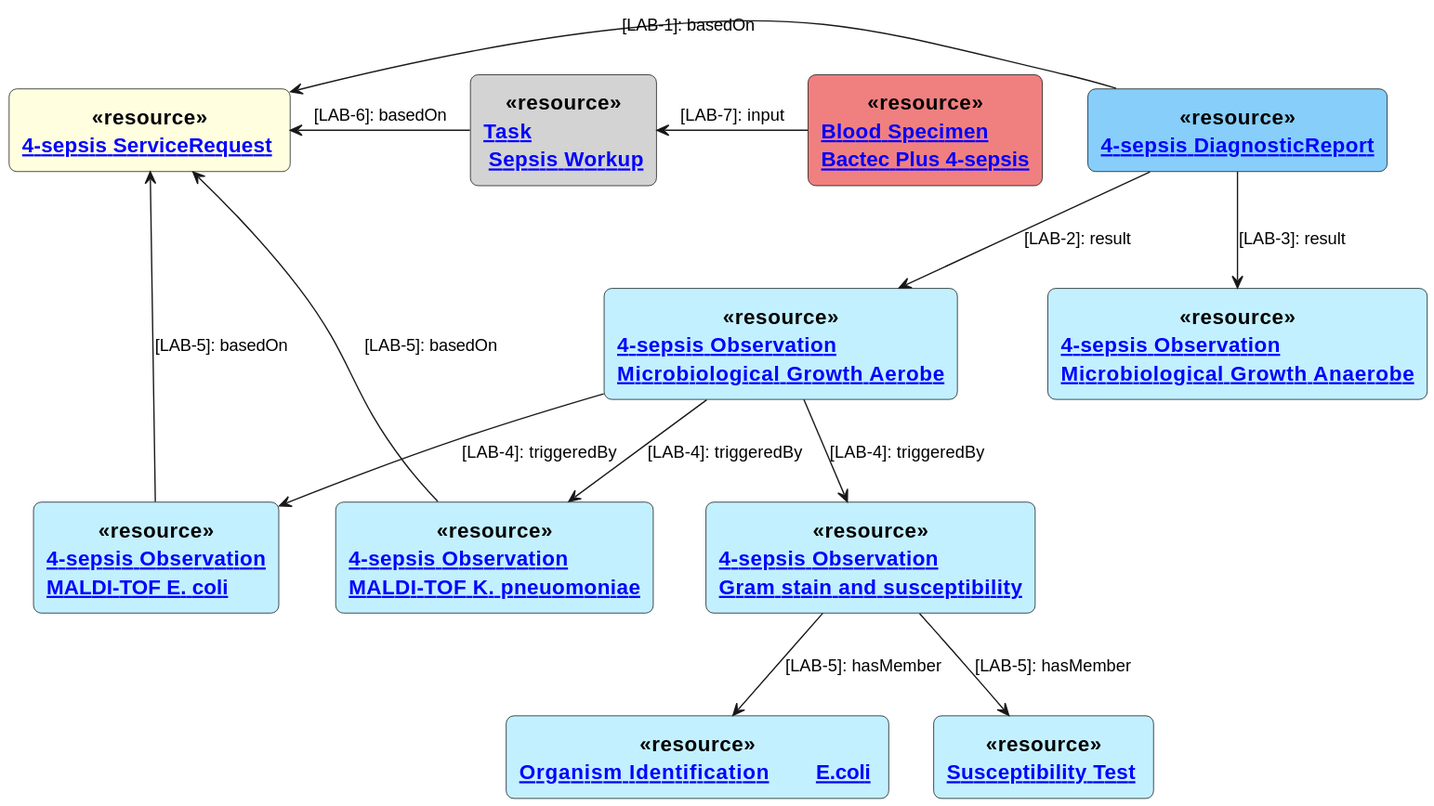
This is input/images/4-sepsis-additional-testing.svg from hl7ch/ch-lab-order, a PlantUML export, as it was before one commit.
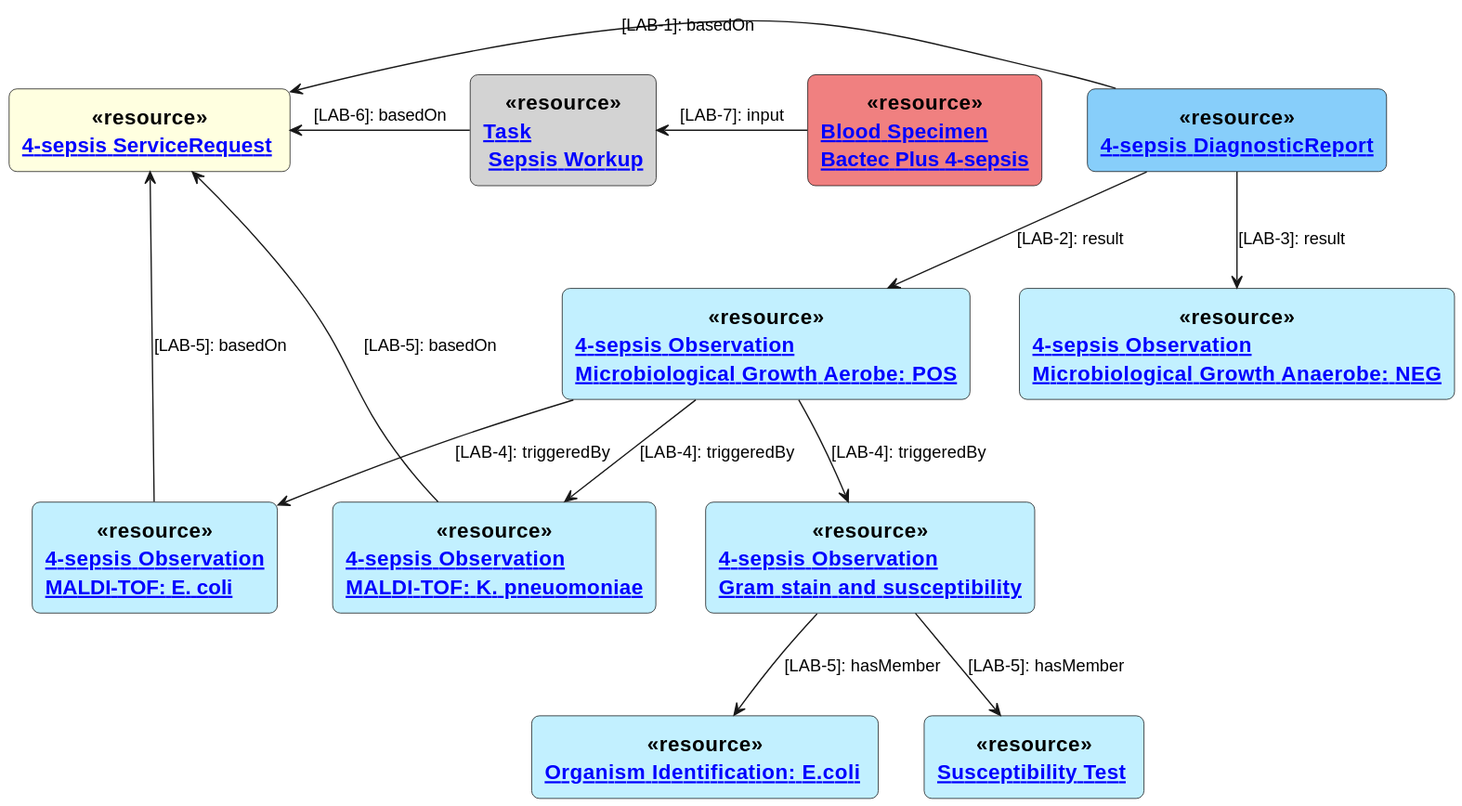
After the change.

Commit message:
improve diagram 4-sepis

Diff of the diagram source:
```diff
@@ -11,12 +11,12 @@
 
 rectangle "[[ServiceRequest-4-sepsis-ServiceRequest.html 4-sepsis ServiceRequest]] " as SR <<$bProcess>><<resource>> #LightYellow
 rectangle "[[DiagnosticReport-4-sepsis-DiagnosticReport.html 4-sepsis DiagnosticReport]]" as DR <<$bProcess>><<resource>> #LightSkyBlue
-rectangle "[[Observation-observationMicrobiolGrowthAerobe.html 4-sepsis Observation\nMicrobiological Growth Aerobe]]" as OMA <<$bProcess>><<resource>> #APPLICATION
-rectangle "[[Observation-observationMicrobiolGrowthAnaerobe.html 4-sepsis Observation\nMicrobiological Growth Anaerobe]]" as OMANA <<$bProcess>><<resource>> #APPLICATION
-rectangle "[[Observation-observationMALDI-TOF-Ecoli.html 4-sepsis Observation\nMALDI-TOF E. coli]]" as OMTE <<$bProcess>><<resource>> #APPLICATION
-rectangle "[[Observation-observationMALDI-TOF-Kpneu.html 4-sepsis Observation\nMALDI-TOF K. pneuomoniae]]" as OMTK <<$bProcess>><<resource>> #APPLICATION
+rectangle "[[Observation-observationMicrobiolGrowthAerobe.html 4-sepsis Observation\nMicrobiological Growth Aerobe: POS]]" as OMA <<$bProcess>><<resource>> #APPLICATION
+rectangle "[[Observation-observationMicrobiolGrowthAnaerobe.html 4-sepsis Observation\nMicrobiological Growth Anaerobe: NEG]]" as OMANA <<$bProcess>><<resource>> #APPLICATION
+rectangle "[[Observation-observationMALDI-TOF-Ecoli.html 4-sepsis Observation\nMALDI-TOF: E. coli]]" as OMTE <<$bProcess>><<resource>> #APPLICATION
+rectangle "[[Observation-observationMALDI-TOF-Kpneu.html 4-sepsis Observation\nMALDI-TOF: K. pneuomoniae]]" as OMTK <<$bProcess>><<resource>> #APPLICATION
 rectangle "[[Observation-observationGramStainAndSusceptibility.html 4-sepsis Observation\nGram stain and susceptibility]]" as OMGR <<$bProcess>><<resource>> #APPLICATION
-rectangle "[[Observation-OrganismIdentification.html Organism Identification\t E.coli ]]" as OI <<$bProcess>><<resource>> #APPLICATION
+rectangle "[[Observation-OrganismIdentification.html Organism Identification: E.coli ]]" as OI <<$bProcess>><<resource>> #APPLICATION
 rectangle "[[Observation-SusceptibilityTest.html Susceptibility Test ]]" as ST <<$bProcess>><<resource>> #APPLICATION
 rectangle "[[Task-SepsisWorkup.html Task\n Sepsis Workup]]" as T1 <<$bProcess>><<resource>> #LightGray
 rectangle "[[Specimen-Blood-bactec-plus-4-sepsis.html Blood Specimen\nBactec Plus 4-sepsis]]" as BS <<$bProcess>><<resource>> #LightCoral
```
